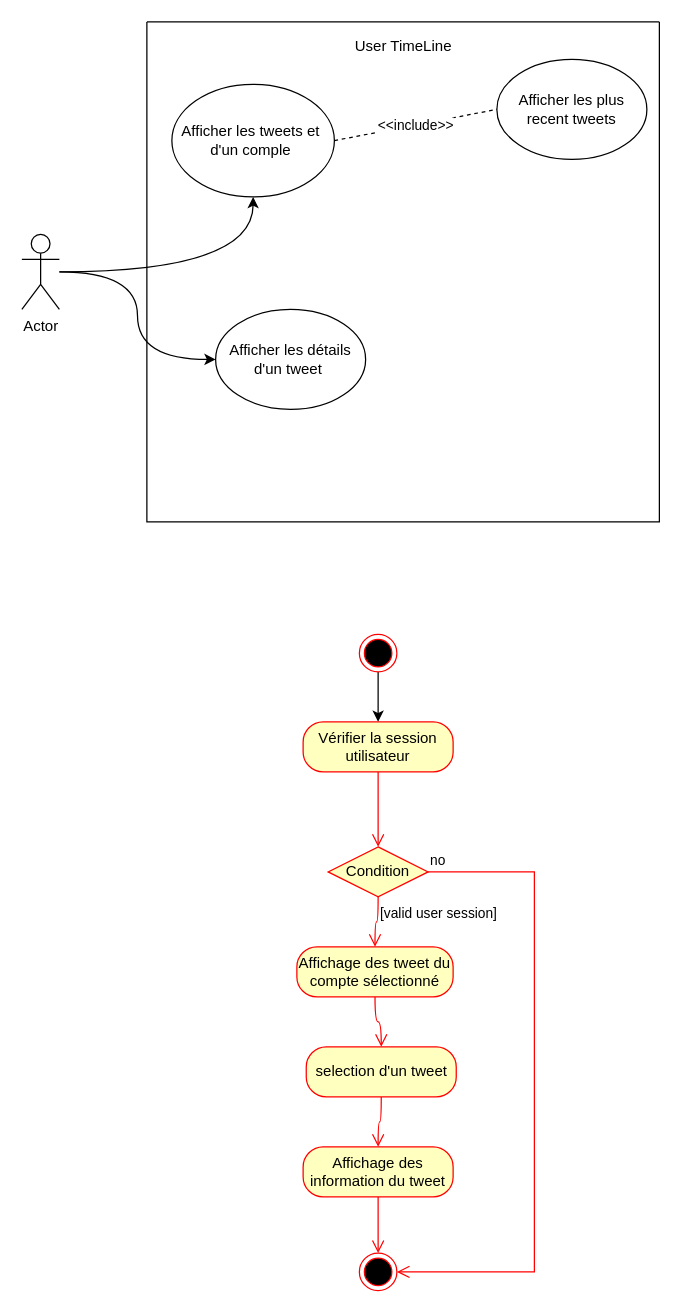
Above: UserTimeLine.drawio in anassrami16/ALBC-DIAGRAME (draw.io), before the change. Source tidied: cells renumbered, new cells numbered last; positions are measured from the earlier drawing's top-left corner, leaving out a move shared by most shapes. Both pictures are drawn from the tidied source at 125%, with x=0, y=0 at pixel (21, 21).
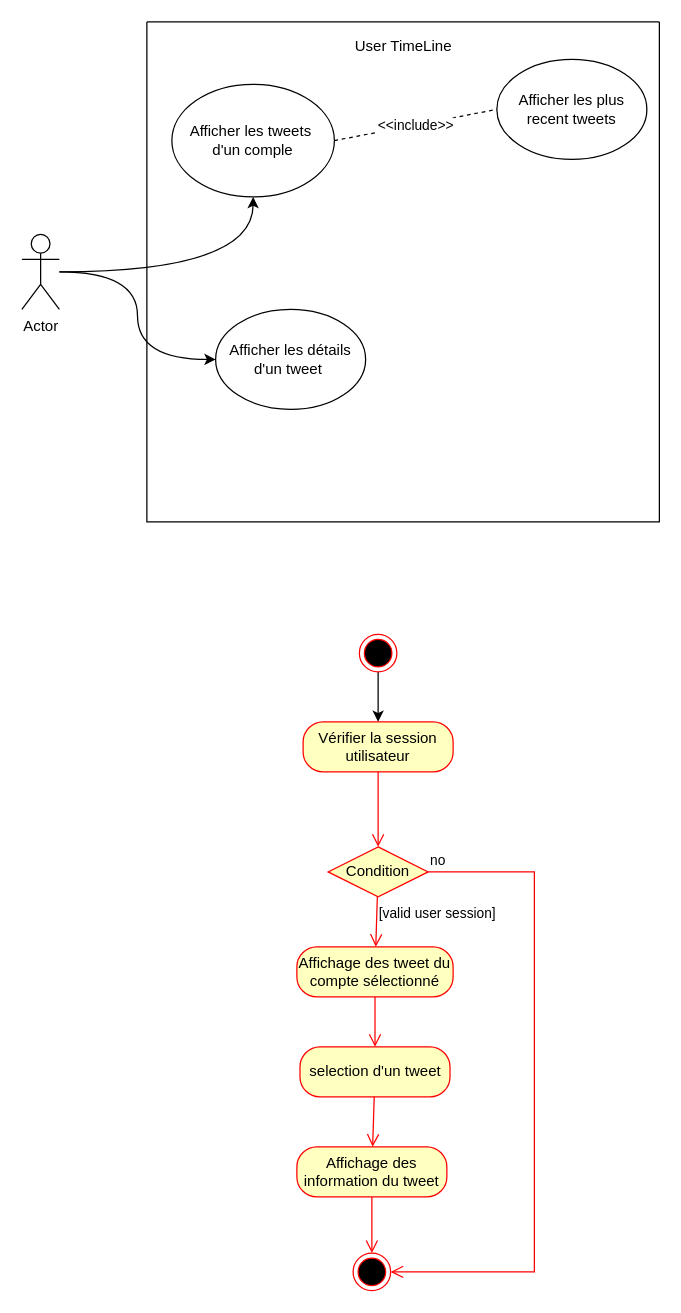
The same page after the edit.

The change refers to these unchanged cells:
```xml
<mxCell id="2" style="swimlane;startSize=0;" parent="1" vertex="1">
  <mxGeometry x="100" width="410" height="400" as="geometry" />
</mxCell>
<mxCell id="15" value="Condition" style="rhombus;whiteSpace=wrap;html=1;fillColor=#ffffc0;strokeColor=#ff0000;" parent="1" vertex="1">
  <mxGeometry x="245" y="660" width="80" height="40" as="geometry" />
</mxCell>
<mxCell id="18" value="Affichage des tweet du compte sélectionné" style="rounded=1;whiteSpace=wrap;html=1;arcSize=40;fontColor=#000000;fillColor=#ffffc0;strokeColor=#ff0000;" parent="1" vertex="1">
  <mxGeometry x="220" y="740" width="125" height="40" as="geometry" />
</mxCell>
```

Diff of the diagram source:
```diff
@@
-    <mxCell id="4" value="Afficher les tweets et&amp;nbsp; d'un comple&amp;nbsp;" style="ellipse;whiteSpace=wrap;html=1;" parent="2" vertex="1">
+    <mxCell id="4" value="Afficher les tweets&amp;nbsp; &amp;nbsp;d'un comple&amp;nbsp;" style="ellipse;whiteSpace=wrap;html=1;" parent="2" vertex="1">
       <mxGeometry x="20" y="50" width="130" height="90" as="geometry" />
     </mxCell>
@@
-    <mxCell id="17" value="[valid user session]" style="edgeStyle=orthogonalEdgeStyle;html=1;align=left;verticalAlign=top;endArrow=open;endSize=8;strokeColor=#ff0000;rounded=0;curved=1;" parent="1" edge="1" source="15" target="18">
+    <mxCell id="17" value="[valid user session]" style="html=1;align=left;verticalAlign=top;endArrow=open;endSize=8;strokeColor=#ff0000;rounded=0;" parent="1" edge="1" source="15" target="18">
       <mxGeometry x="-1" relative="1" as="geometry" />
     </mxCell>
@@
-    <mxCell id="19" style="edgeStyle=orthogonalEdgeStyle;html=1;verticalAlign=bottom;endArrow=open;endSize=8;strokeColor=#ff0000;rounded=0;curved=1;" parent="1" edge="1" source="18" target="20">
+    <mxCell id="19" style="html=1;verticalAlign=bottom;endArrow=open;endSize=8;strokeColor=#ff0000;rounded=0;" parent="1" edge="1" source="18" target="20">
       <mxGeometry relative="1" as="geometry" />
     </mxCell>
     <mxCell id="20" value="selection d'un tweet" style="rounded=1;whiteSpace=wrap;html=1;arcSize=40;fontColor=#000000;fillColor=#ffffc0;strokeColor=#ff0000;" parent="1" vertex="1">
-      <mxGeometry x="227.5" y="820" width="120" height="40" as="geometry" />
+      <mxGeometry x="222.5" y="820" width="120" height="40" as="geometry" />
     </mxCell>
-    <mxCell id="21" style="edgeStyle=orthogonalEdgeStyle;html=1;verticalAlign=bottom;endArrow=open;endSize=8;strokeColor=#ff0000;rounded=0;curved=1;" parent="1" edge="1" source="20" target="22">
+    <mxCell id="21" style="html=1;verticalAlign=bottom;endArrow=open;endSize=8;strokeColor=#ff0000;rounded=0;" parent="1" edge="1" source="20" target="22">
       <mxGeometry relative="1" as="geometry" />
     </mxCell>
     <mxCell id="22" value="Affichage des information du tweet" style="rounded=1;whiteSpace=wrap;html=1;arcSize=40;fontColor=#000000;fillColor=#ffffc0;strokeColor=#ff0000;" parent="1" vertex="1">
-      <mxGeometry x="225" y="900" width="120" height="40" as="geometry" />
+      <mxGeometry x="220" y="900" width="120" height="40" as="geometry" />
     </mxCell>
@@
     <mxCell id="24" style="ellipse;html=1;shape=endState;fillColor=#000000;strokeColor=#ff0000;" parent="1" vertex="1">
-      <mxGeometry x="270" y="985" width="30" height="30" as="geometry" />
+      <mxGeometry x="265" y="985" width="30" height="30" as="geometry" />
     </mxCell>
```
